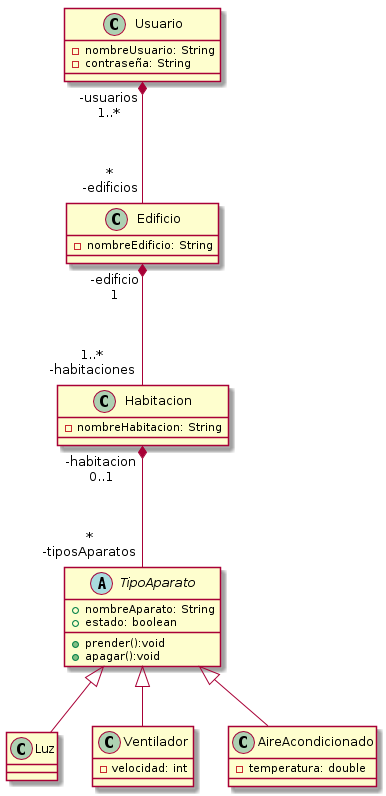
This is Integrador/PCHouse/UMLDoc/Diagrama Clases/diagrama_clases_-_v0-1.png from ulisescolina/UC-POOII, a PlantUML export, as it was before one commit.
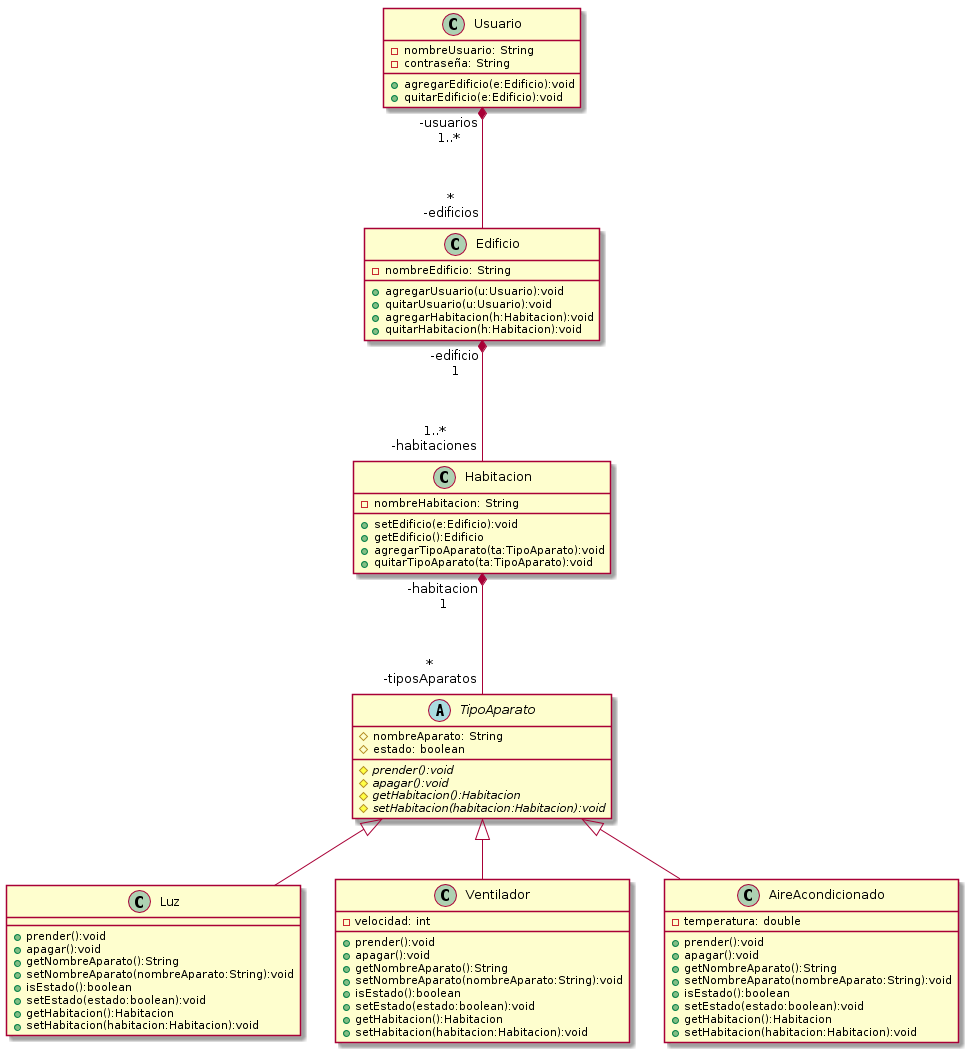
After the commit.

Commit message:
UML: corrijo diagrama de clases, corrijo DSDs

The edit, as a diff of the source:
```diff
@@ -1,38 +1,72 @@
 @startuml diagrama_clases_-_v0-1.png
 class Edificio {
   - nombreEdificio: String
+  + agregarUsuario(u:Usuario):void
+  + quitarUsuario(u:Usuario):void
+  + agregarHabitacion(h:Habitacion):void
+  + quitarHabitacion(h:Habitacion):void
 }
 
 class Usuario {
   - nombreUsuario: String
   - contraseña: String
+  + agregarEdificio(e:Edificio):void
+  + quitarEdificio(e:Edificio):void
 }
 
 class Habitacion {
   - nombreHabitacion: String
+  + setEdificio(e:Edificio):void
+  + getEdificio():Edificio
+  + agregarTipoAparato(ta:TipoAparato):void
+  + quitarTipoAparato(ta:TipoAparato):void
 }
 
 abstract class TipoAparato {
-  + nombreAparato: String
-  + estado: boolean
-  + prender():void
-  + apagar():void
-
+  # nombreAparato: String
+  # estado: boolean
+  # {abstract} prender():void
+  # {abstract} apagar():void
+  # {abstract} getHabitacion():Habitacion
+  # {abstract} setHabitacion(habitacion:Habitacion):void
 }
 
 class Luz extends TipoAparato{
-
+  + prender():void
+  + apagar():void
+  + getNombreAparato():String
+  + setNombreAparato(nombreAparato:String):void
+  + isEstado():boolean
+  + setEstado(estado:boolean):void
+  + getHabitacion():Habitacion
+  + setHabitacion(habitacion:Habitacion):void
 }
 
 class Ventilador extends TipoAparato{
   - velocidad: int
+  + prender():void
+  + apagar():void
+  + getNombreAparato():String
+  + setNombreAparato(nombreAparato:String):void
+  + isEstado():boolean
+  + setEstado(estado:boolean):void
+  + getHabitacion():Habitacion
+  + setHabitacion(habitacion:Habitacion):void
 }
 
 class AireAcondicionado extends TipoAparato{
   - temperatura: double
+  + prender():void
+  + apagar():void
+  + getNombreAparato():String
+  + setNombreAparato(nombreAparato:String):void
+  + isEstado():boolean
+  + setEstado(estado:boolean):void
+  + getHabitacion():Habitacion
+  + setHabitacion(habitacion:Habitacion):void
 }
 
 Usuario "-usuarios\n1..*" *--- "*\n-edificios" Edificio
 Edificio "-edificio\n1" *--- "1..*\n-habitaciones" Habitacion
-Habitacion "-habitacion\n0..1" *--- "*\n-tiposAparatos" TipoAparato
+Habitacion "-habitacion\n1" *--- "*\n-tiposAparatos" TipoAparato
 @enduml
```
